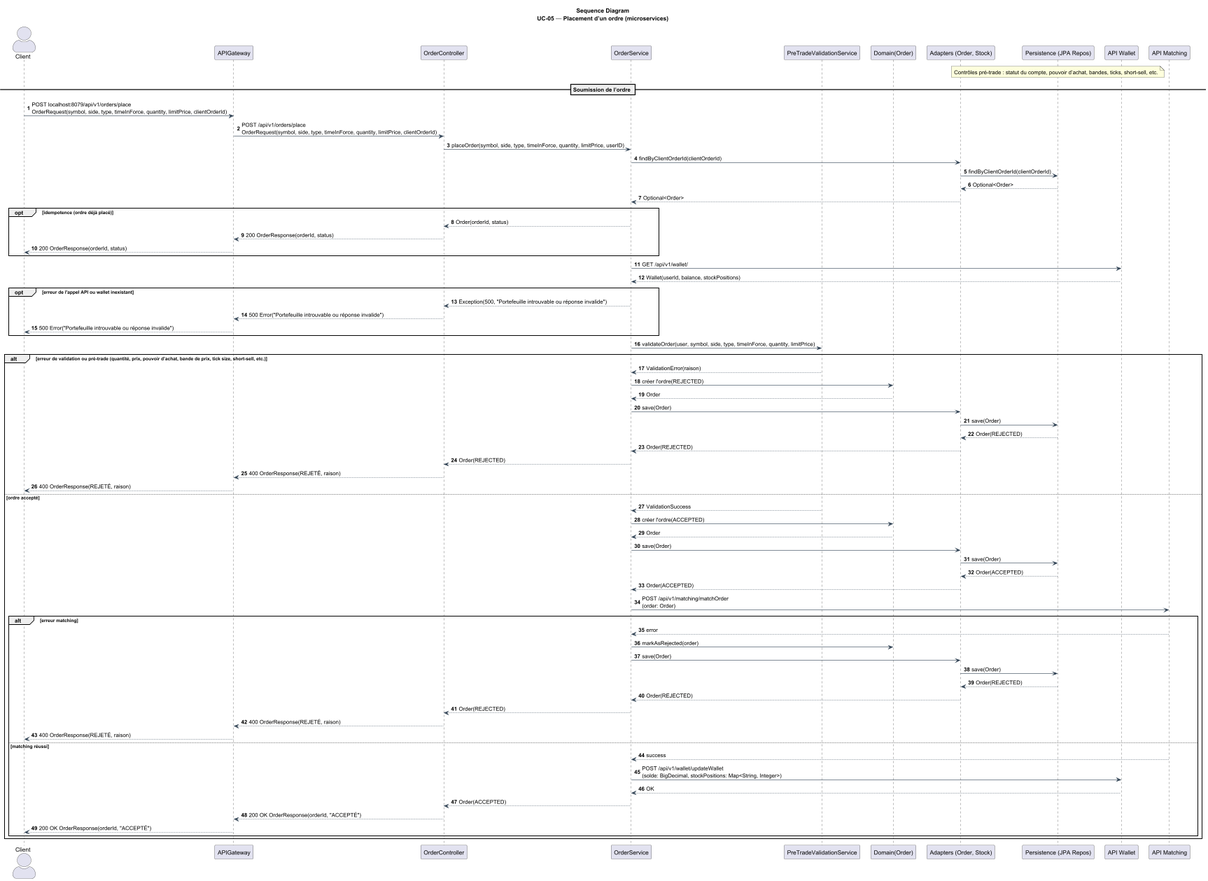
Earlier version of the PlantUML export docs/architecture/4+1/processView/sequenceDiagrams/sequenceDiagramUC05.png (Hugo-12341234/BrokerX_MicroServices). The source it was exported from:
```plantuml
@startuml

title Sequence Diagram\nUC-05 — Placement d’un ordre (microservices)

skinparam ParticipantPadding 8
skinparam BoxPadding 6
skinparam Shadowing false
skinparam ArrowColor #2c3e50
skinparam ActorStyle awesome
autonumber

actor Client
participant APIGateway
participant OrderController
participant OrderService
participant PreTradeValidationService
participant "Domain(Order)" as Domain
participant "Adapters (Order, Stock)" as Adapters
participant "Persistence (JPA Repos)" as Persistence
participant "API Wallet" as WalletAPI
participant "API Matching" as MatchingAPI

note over Persistence
Contrôles pré-trade : statut du compte, pouvoir d’achat, bandes, ticks, short-sell, etc.
end note

== Soumission de l’ordre ==
Client -> APIGateway: POST localhost:8079/api/v1/orders/place\nOrderRequest(symbol, side, type, timeInForce, quantity, limitPrice, clientOrderId)
APIGateway -> OrderController: POST /api/v1/orders/place\nOrderRequest(symbol, side, type, timeInForce, quantity, limitPrice, clientOrderId)
OrderController -> OrderService: placeOrder(symbol, side, type, timeInForce, quantity, limitPrice, userID)

OrderService -> Adapters: findByClientOrderId(clientOrderId)
Adapters -> Persistence: findByClientOrderId(clientOrderId)
Persistence --> Adapters: Optional<Order>
Adapters --> OrderService: Optional<Order>

opt idempotence (ordre déjà placé)
    OrderService --> OrderController: Order(orderId, status)
    OrderController --> APIGateway: 200 OrderResponse(orderId, status)
    APIGateway --> Client: 200 OrderResponse(orderId, status)
end

OrderService -> WalletAPI: GET /api/v1/wallet/
WalletAPI --> OrderService: Wallet(userId, balance, stockPositions)

opt erreur de l'appel API ou wallet inexistant
  OrderService --> OrderController: Exception(500, "Portefeuille introuvable ou réponse invalide")
  OrderController --> APIGateway: 500 Error("Portefeuille introuvable ou réponse invalide")
  APIGateway --> Client: 500 Error("Portefeuille introuvable ou réponse invalide")
end

OrderService -> PreTradeValidationService: validateOrder(user, symbol, side, type, timeInForce, quantity, limitPrice)

alt erreur de validation ou pré-trade (quantité, prix, pouvoir d’achat, bande de prix, tick size, short-sell, etc.)
  PreTradeValidationService --> OrderService: ValidationError(raison)
    OrderService -> Domain: créer l'ordre(REJECTED)
      Domain --> OrderService: Order
      OrderService -> Adapters: save(Order)
    Adapters -> Persistence: save(Order)
    Persistence --> Adapters: Order(REJECTED)
    Adapters --> OrderService: Order(REJECTED)
  OrderService --> OrderController: Order(REJECTED)
  OrderController --> APIGateway: 400 OrderResponse(REJETÉ, raison)
  APIGateway --> Client: 400 OrderResponse(REJETÉ, raison)
else ordre accepté
    PreTradeValidationService --> OrderService: ValidationSuccess
  OrderService -> Domain: créer l'ordre(ACCEPTED)
    Domain --> OrderService: Order
    OrderService -> Adapters: save(Order)
  Adapters -> Persistence: save(Order)
  Persistence --> Adapters: Order(ACCEPTED)
  Adapters --> OrderService: Order(ACCEPTED)

  OrderService -> MatchingAPI: POST /api/v1/matching/matchOrder\n(order: Order)
  alt erreur matching
    MatchingAPI --> OrderService: error
    OrderService -> Domain: markAsRejected(order)
    OrderService -> Adapters: save(Order)
    Adapters -> Persistence: save(Order)
    Persistence --> Adapters: Order(REJECTED)
    Adapters --> OrderService: Order(REJECTED)
    OrderService --> OrderController: Order(REJECTED)
    OrderController --> APIGateway: 400 OrderResponse(REJETÉ, raison)
    APIGateway --> Client: 400 OrderResponse(REJETÉ, raison)
  else matching réussi
    MatchingAPI --> OrderService: success
    OrderService -> WalletAPI: POST /api/v1/wallet/updateWallet\n(solde: BigDecimal, stockPositions: Map<String, Integer>)
    WalletAPI --> OrderService: OK
    OrderService --> OrderController: Order(ACCEPTED)
    OrderController --> APIGateway: 200 OK OrderResponse(orderId, "ACCEPTÉ")
    APIGateway --> Client: 200 OK OrderResponse(orderId, "ACCEPTÉ")
  end
end

@enduml
```
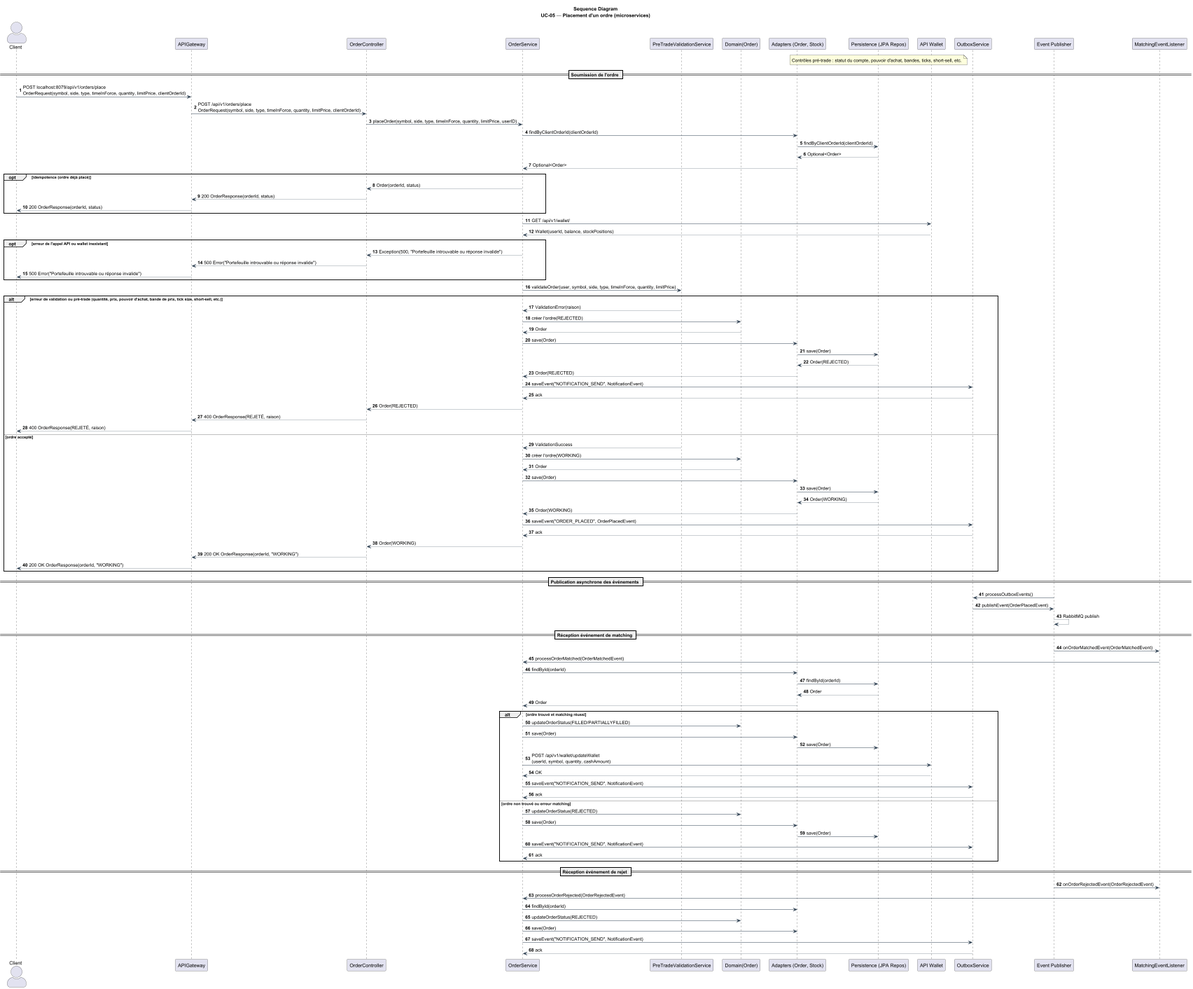
Above is the later version.

Commit message:
UC05 sequence diagram to be confirmed

Change to the diagram source:
```diff
@@ -1,6 +1,6 @@
 @startuml
 
-title Sequence Diagram\nUC-05 — Placement d’un ordre (microservices)
+title Sequence Diagram\nUC-05 — Placement d'un ordre (microservices)
 
 skinparam ParticipantPadding 8
 skinparam BoxPadding 6
@@ -18,13 +18,15 @@
 participant "Adapters (Order, Stock)" as Adapters
 participant "Persistence (JPA Repos)" as Persistence
 participant "API Wallet" as WalletAPI
-participant "API Matching" as MatchingAPI
+participant "OutboxService" as Outbox
+participant "Event Publisher" as EventBus
+participant "MatchingEventListener" as Listener
 
 note over Persistence
-Contrôles pré-trade : statut du compte, pouvoir d’achat, bandes, ticks, short-sell, etc.
+Contrôles pré-trade : statut du compte, pouvoir d'achat, bandes, ticks, short-sell, etc.
 end note
 
-== Soumission de l’ordre ==
+== Soumission de l'ordre ==
 Client -> APIGateway: POST localhost:8079/api/v1/orders/place\nOrderRequest(symbol, side, type, timeInForce, quantity, limitPrice, clientOrderId)
 APIGateway -> OrderController: POST /api/v1/orders/place\nOrderRequest(symbol, side, type, timeInForce, quantity, limitPrice, clientOrderId)
 OrderController -> OrderService: placeOrder(symbol, side, type, timeInForce, quantity, limitPrice, userID)
@@ -51,7 +53,7 @@
 
 OrderService -> PreTradeValidationService: validateOrder(user, symbol, side, type, timeInForce, quantity, limitPrice)
 
-alt erreur de validation ou pré-trade (quantité, prix, pouvoir d’achat, bande de prix, tick size, short-sell, etc.)
+alt erreur de validation ou pré-trade (quantité, prix, pouvoir d'achat, bande de prix, tick size, short-sell, etc.)
   PreTradeValidationService --> OrderService: ValidationError(raison)
     OrderService -> Domain: créer l'ordre(REJECTED)
       Domain --> OrderService: Order
@@ -59,37 +61,72 @@
     Adapters -> Persistence: save(Order)
     Persistence --> Adapters: Order(REJECTED)
     Adapters --> OrderService: Order(REJECTED)
+
+    OrderService -> Outbox: saveEvent("NOTIFICATION_SEND", NotificationEvent)
+    Outbox --> OrderService: ack
+
   OrderService --> OrderController: Order(REJECTED)
   OrderController --> APIGateway: 400 OrderResponse(REJETÉ, raison)
   APIGateway --> Client: 400 OrderResponse(REJETÉ, raison)
 else ordre accepté
     PreTradeValidationService --> OrderService: ValidationSuccess
-  OrderService -> Domain: créer l'ordre(ACCEPTED)
+  OrderService -> Domain: créer l'ordre(WORKING)
     Domain --> OrderService: Order
     OrderService -> Adapters: save(Order)
   Adapters -> Persistence: save(Order)
-  Persistence --> Adapters: Order(ACCEPTED)
-  Adapters --> OrderService: Order(ACCEPTED)
+  Persistence --> Adapters: Order(WORKING)
+  Adapters --> OrderService: Order(WORKING)
 
-  OrderService -> MatchingAPI: POST /api/v1/matching/matchOrder\n(order: Order)
-  alt erreur matching
-    MatchingAPI --> OrderService: error
-    OrderService -> Domain: markAsRejected(order)
+  OrderService -> Outbox: saveEvent("ORDER_PLACED", OrderPlacedEvent)
+  Outbox --> OrderService: ack
+
+  OrderService --> OrderController: Order(WORKING)
+  OrderController --> APIGateway: 200 OK OrderResponse(orderId, "WORKING")
+  APIGateway --> Client: 200 OK OrderResponse(orderId, "WORKING")
+end
+
+== Publication asynchrone des événements ==
+EventBus -> Outbox: processOutboxEvents()
+Outbox -> EventBus: publishEvent(OrderPlacedEvent)
+EventBus --> EventBus: RabbitMQ publish
+
+== Réception événement de matching ==
+EventBus -> Listener: onOrderMatchedEvent(OrderMatchedEvent)
+Listener -> OrderService: processOrderMatched(OrderMatchedEvent)
+
+OrderService -> Adapters: findById(orderId)
+Adapters -> Persistence: findById(orderId)
+Persistence --> Adapters: Order
+Adapters --> OrderService: Order
+
+alt ordre trouvé et matching réussi
+    OrderService -> Domain: updateOrderStatus(FILLED/PARTIALLYFILLED)
     OrderService -> Adapters: save(Order)
     Adapters -> Persistence: save(Order)
-    Persistence --> Adapters: Order(REJECTED)
-    Adapters --> OrderService: Order(REJECTED)
-    OrderService --> OrderController: Order(REJECTED)
-    OrderController --> APIGateway: 400 OrderResponse(REJETÉ, raison)
-    APIGateway --> Client: 400 OrderResponse(REJETÉ, raison)
-  else matching réussi
-    MatchingAPI --> OrderService: success
-    OrderService -> WalletAPI: POST /api/v1/wallet/updateWallet\n(solde: BigDecimal, stockPositions: Map<String, Integer>)
+
+    OrderService -> WalletAPI: POST /api/v1/wallet/updateWallet\n(userId, symbol, quantity, cashAmount)
     WalletAPI --> OrderService: OK
-    OrderService --> OrderController: Order(ACCEPTED)
-    OrderController --> APIGateway: 200 OK OrderResponse(orderId, "ACCEPTÉ")
-    APIGateway --> Client: 200 OK OrderResponse(orderId, "ACCEPTÉ")
-  end
+
+    OrderService -> Outbox: saveEvent("NOTIFICATION_SEND", NotificationEvent)
+    Outbox --> OrderService: ack
+else ordre non trouvé ou erreur matching
+    OrderService -> Domain: updateOrderStatus(REJECTED)
+    OrderService -> Adapters: save(Order)
+    Adapters -> Persistence: save(Order)
+
+    OrderService -> Outbox: saveEvent("NOTIFICATION_SEND", NotificationEvent)
+    Outbox --> OrderService: ack
 end
 
+== Réception événement de rejet ==
+EventBus -> Listener: onOrderRejectedEvent(OrderRejectedEvent)
+Listener -> OrderService: processOrderRejected(OrderRejectedEvent)
+
+OrderService -> Adapters: findById(orderId)
+OrderService -> Domain: updateOrderStatus(REJECTED)
+OrderService -> Adapters: save(Order)
+
+OrderService -> Outbox: saveEvent("NOTIFICATION_SEND", NotificationEvent)
+Outbox --> OrderService: ack
+
 @enduml
```
